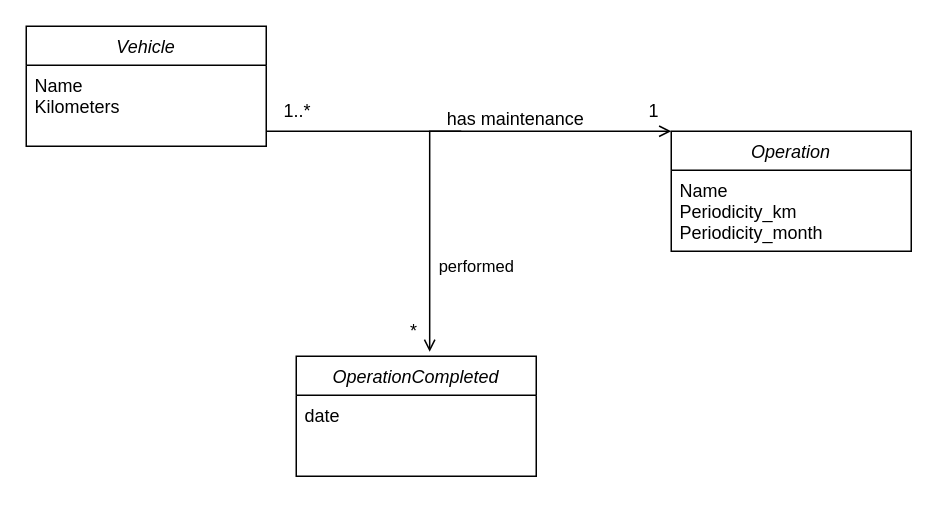
TriGerZ/vehicle_maintenance keeps this draw.io diagram as vehicle_maintenance_mcd.drawio. Above is the earlier version. Source tidied: cells renumbered, new cells numbered last; positions are measured from the earlier drawing's top-left corner, leaving out a move shared by most shapes. Both pictures are drawn from the tidied source at 150%, with x=0, y=0 at pixel (26, 26).
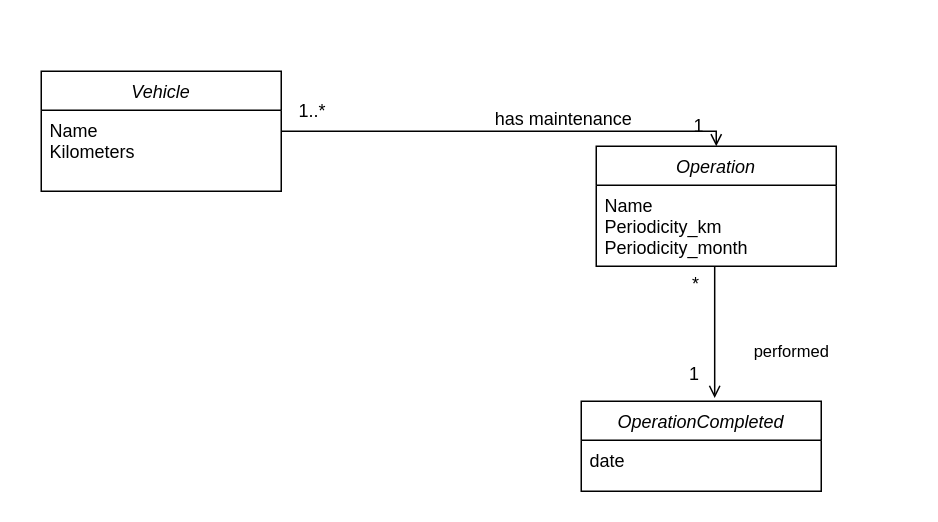
The same diagram, later.

Unchanged cells that the change refers to:
```xml
<mxCell id="9" value="Name&#10;Periodicity_km&#10;Periodicity_month&#10;" style="text;align=left;verticalAlign=top;spacingLeft=4;spacingRight=4;overflow=hidden;points=[[0,0.5],[1,0.5]];portConstraint=eastwest;" parent="8" vertex="1">
  <mxGeometry y="26" width="160" height="54" as="geometry" />
</mxCell>
```

Diff of the diagram source:
```diff
@@
     <mxCell id="2" value="Vehicle" style="swimlane;fontStyle=2;align=center;verticalAlign=top;horizontal=1;startSize=26;rounded=0;shadow=0;strokeWidth=1;" parent="1" vertex="1">
-      <mxGeometry width="160" height="80" as="geometry" />
+      <mxGeometry x="10" y="30" width="160" height="80" as="geometry" />
     </mxCell>
@@
     <mxCell id="8" value="Operation" style="swimlane;fontStyle=2;align=center;verticalAlign=top;horizontal=1;startSize=26;rounded=0;shadow=0;strokeWidth=1;" parent="1" vertex="1">
-      <mxGeometry x="430" y="70" width="160" height="80" as="geometry" />
+      <mxGeometry x="380" y="80" width="160" height="80" as="geometry" />
     </mxCell>
@@
     <mxCell id="10" value="OperationCompleted" style="swimlane;fontStyle=2;align=center;verticalAlign=top;horizontal=1;startSize=26;rounded=0;shadow=0;strokeWidth=1;" parent="1" vertex="1">
-      <mxGeometry x="180" y="220" width="160" height="80" as="geometry" />
+      <mxGeometry x="370" y="250" width="160" height="60" as="geometry" />
     </mxCell>
     <mxCell id="11" value="date" style="text;align=left;verticalAlign=top;spacingLeft=4;spacingRight=4;overflow=hidden;" parent="10" vertex="1">
-      <mxGeometry y="26" width="160" height="54" as="geometry" />
+      <mxGeometry y="26" width="160" height="34" as="geometry" />
     </mxCell>
-    <mxCell id="12" style="endArrow=open;shadow=0;strokeWidth=1;rounded=0;curved=0;endFill=1;edgeStyle=elbowEdgeStyle;elbow=vertical;entryX=0.556;entryY=-0.037;entryDx=0;entryDy=0;entryPerimeter=0;" parent="1" edge="1" target="10">
+    <mxCell id="12" style="endArrow=open;shadow=0;strokeWidth=1;rounded=0;curved=0;endFill=1;edgeStyle=elbowEdgeStyle;elbow=vertical;entryX=0.556;entryY=-0.037;entryDx=0;entryDy=0;entryPerimeter=0;" parent="1" edge="1" source="9" target="10">
       <mxGeometry x="0.5" y="41" relative="1" as="geometry">
-        <mxPoint x="290" y="70" as="sourcePoint" />
         <Array as="points">
-          <mxPoint x="269" y="70" />
+          <mxPoint x="470" y="150" />
         </Array>
         <mxPoint x="-40" y="32" as="offset" />
       </mxGeometry>
     </mxCell>
     <mxCell id="13" value="*" style="align=right;verticalAlign=bottom;labelBackgroundColor=none;fontSize=12;" parent="12" vertex="1">
       <mxGeometry x="1" relative="1" as="geometry">
-        <mxPoint x="-7" y="-5" as="offset" />
+        <mxPoint x="-9" y="-68" as="offset" />
       </mxGeometry>
     </mxCell>
     <mxCell id="14" value="performed" style="edgeLabel;html=1;align=center;verticalAlign=middle;" parent="12" vertex="1">
       <mxGeometry x="-0.03" y="3" relative="1" as="geometry">
-        <mxPoint x="28" y="29" as="offset" />
+        <mxPoint x="48" y="13" as="offset" />
       </mxGeometry>
     </mxCell>
+    <mxCell id="15" value="1" style="align=right;verticalAlign=bottom;labelBackgroundColor=none;fontSize=12;" parent="1" vertex="1">
+      <mxGeometry x="450" y="240" as="geometry" />
+    </mxCell>
```
